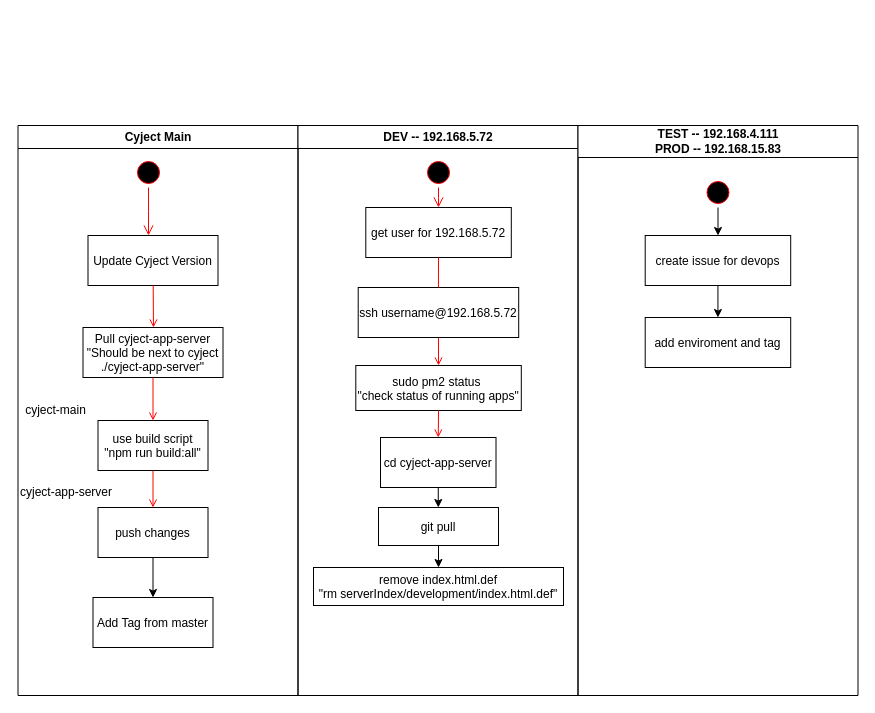
Earlier version of the draw.io diagram Cyject.drawio (Straider71/test). Source tidied: cells renumbered, new cells numbered last; positions are measured from the earlier drawing's top-left corner, leaving out a move shared by most shapes. Both pictures are drawn from the tidied source at 100%, with x=0, y=0 at pixel (17, 125).
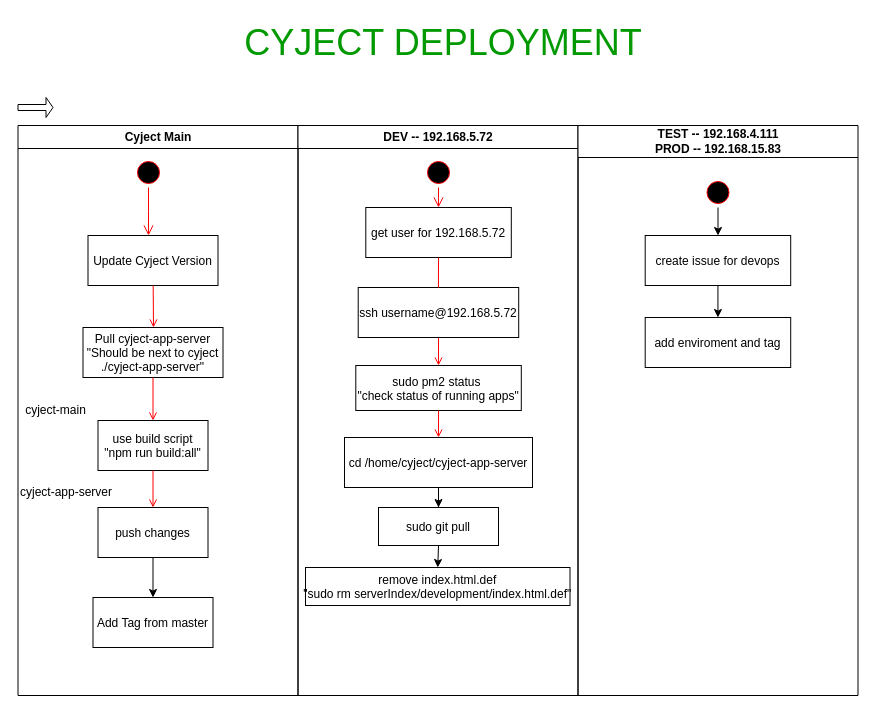
The same page after the edit.

Unchanged cells that the change refers to:
```xml
<mxCell id="16" value="DEV -- 192.168.5.72" style="swimlane;whiteSpace=wrap;" parent="1" vertex="1">
  <mxGeometry x="280.5" width="280" height="570" as="geometry" />
</mxCell>
```

The edit, as a diff of the source:
```diff
@@
-    <mxCell id="22" value="cd cyject-app-server" parent="16" vertex="1">
-      <mxGeometry x="82.5" y="312" width="115.5" height="50" as="geometry" />
+    <mxCell id="22" value="cd /home/cyject/cyject-app-server" parent="16" vertex="1">
+      <mxGeometry x="46.5" y="312" width="188" height="50" as="geometry" />
     </mxCell>
@@
-    <mxCell id="25" value="git pull" parent="16" vertex="1">
+    <mxCell id="25" value="sudo git pull" parent="16" vertex="1">
       <mxGeometry x="80.5" y="382" width="120" height="38" as="geometry" />
     </mxCell>
@@
-    <mxCell id="30" value="remove index.html.def&#10;&quot;rm serverIndex/development/index.html.def&quot;" parent="16" vertex="1">
-      <mxGeometry x="15.5" y="442" width="250" height="38" as="geometry" />
+    <mxCell id="30" value="remove index.html.def&#10;&quot;sudo rm serverIndex/development/index.html.def&quot;" parent="16" vertex="1">
+      <mxGeometry x="7.5" y="442" width="264.5" height="38" as="geometry" />
     </mxCell>
@@
+    <mxCell id="37" value="&lt;font style=&quot;font-size: 36px&quot; color=&quot;#009900&quot;&gt;CYJECT DEPLOYMENT&lt;/font&gt;" style="text;html=1;strokeColor=none;fillColor=none;align=center;verticalAlign=middle;whiteSpace=wrap;rounded=0;" parent="1" vertex="1">
+      <mxGeometry x="206" y="-108" width="440" height="50" as="geometry" />
+    </mxCell>
+    <mxCell id="38" style="shape=singleArrow;whiteSpace=wrap;html=1;" parent="1" vertex="1">
+      <mxGeometry x="0.5" y="-28" width="35" height="20" as="geometry" />
+    </mxCell>
```
